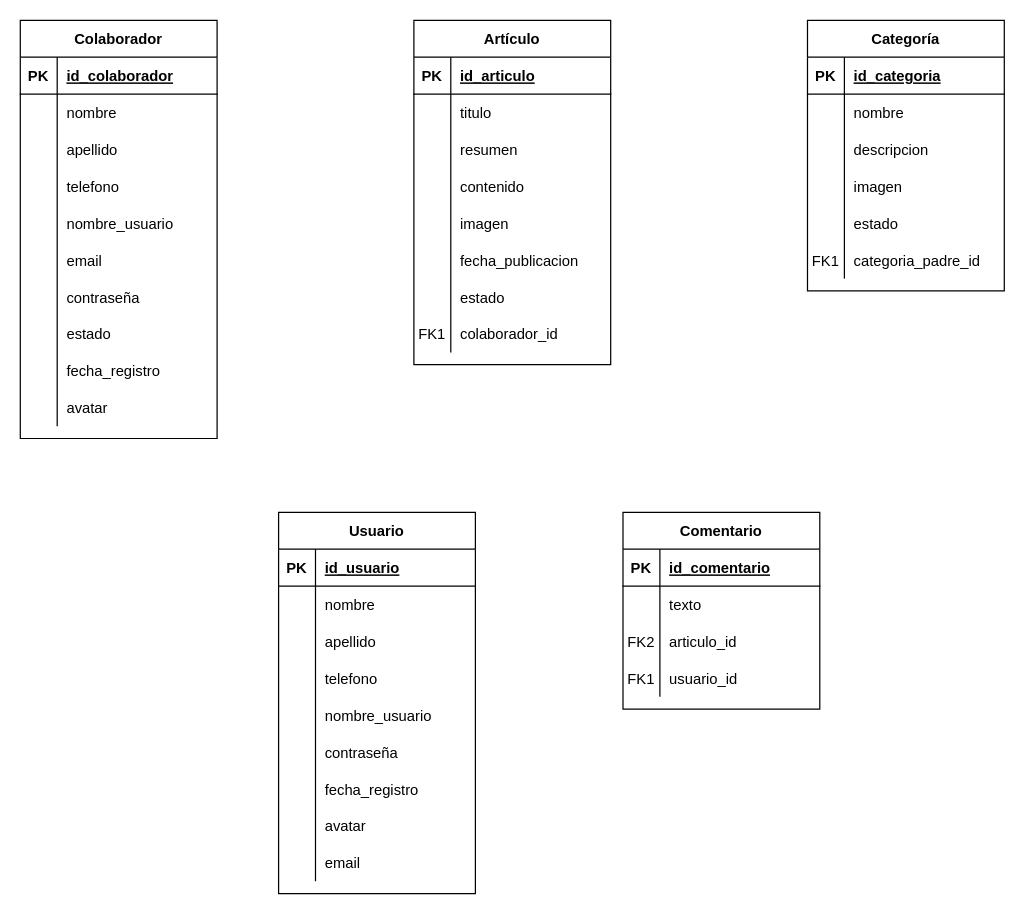
The draw.io diagram page "Page-1" (1 of 2) of Semana5/Desafio5.drawio in PatriNet77/2023-info-com-8, before the edit. Source tidied: cells renumbered, new cells numbered last; positions are measured from the earlier drawing's top-left corner, leaving out a move shared by most shapes. Both pictures are drawn from the tidied source at 123%, with x=0, y=0 at pixel (20, 20).
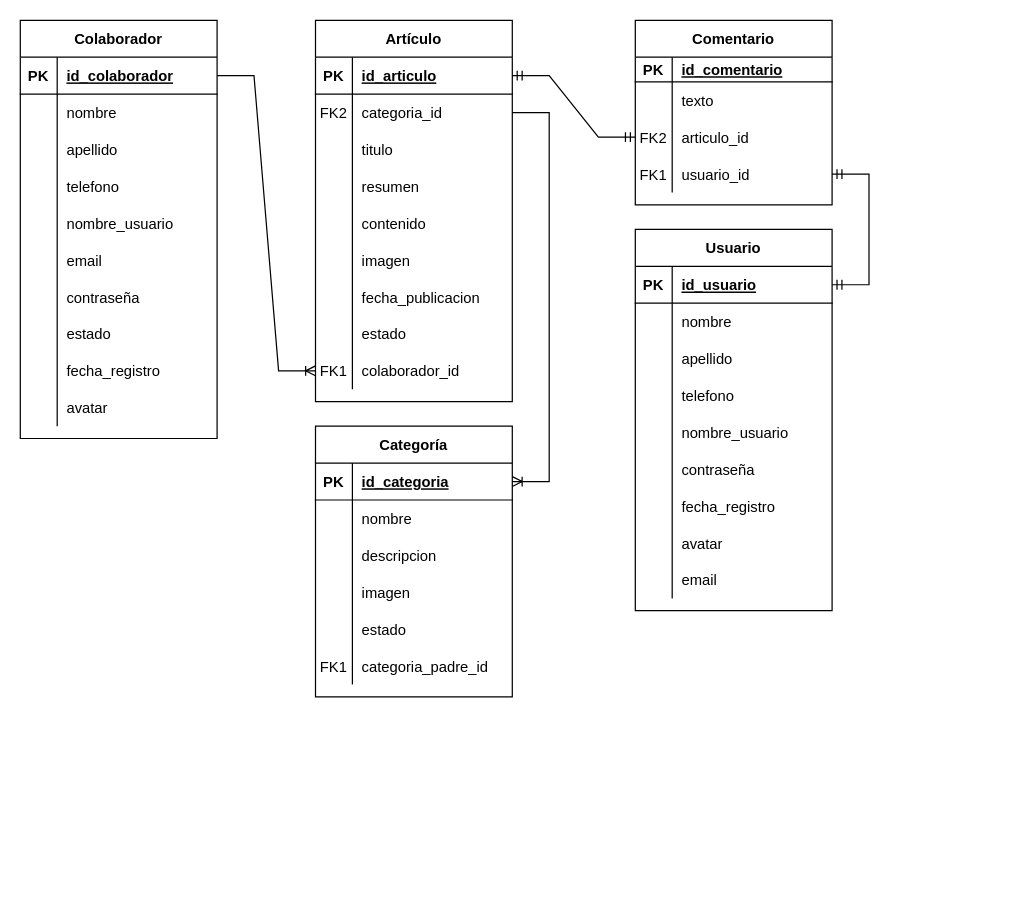
The same diagram, later.

Unchanged cells that the change refers to:
```xml
<mxCell id="3" style="shape=partialRectangle;fillColor=none;points=[[0,0.5],[1,0.5]];portConstraint=eastwest;top=0;left=0;right=0;bottom=1;" parent="2" vertex="1">
  <mxGeometry y="30" width="160" height="30" as="geometry" />
</mxCell>
<mxCell id="6" style="shape=partialRectangle;fillColor=none;points=[[0,0.5],[1,0.5]];portConstraint=eastwest;top=0;left=0;right=0;bottom=0;" parent="2" vertex="1">
  <mxGeometry y="60" width="160" height="30" as="geometry" />
</mxCell>
<mxCell id="28" style="shape=partialRectangle;fillColor=none;points=[[0,0.5],[1,0.5]];portConstraint=eastwest;top=0;left=0;right=0;bottom=1;" parent="27" vertex="1">
  <mxGeometry y="30" width="160" height="30" as="geometry" />
</mxCell>
<mxCell id="47" style="shape=partialRectangle;fillColor=none;points=[[0,0.5],[1,0.5]];portConstraint=eastwest;top=0;left=0;right=0;bottom=1;" parent="46" vertex="1">
  <mxGeometry y="30" width="160" height="30" as="geometry" />
</mxCell>
<mxCell id="78" style="shape=partialRectangle;fillColor=none;points=[[0,0.5],[1,0.5]];portConstraint=eastwest;top=0;left=0;right=0;bottom=1;" parent="77" vertex="1">
  <mxGeometry y="30" width="160" height="30" as="geometry" />
</mxCell>
```

Change to the diagram source:
```diff
@@
     <mxCell id="2" value="Artículo" style="shape=table;startSize=30;childLayout=tableLayout;rowLines=0;fontStyle=1;align=center;" parent="1" vertex="1">
-      <mxGeometry x="320" width="160" height="280" as="geometry" />
+      <mxGeometry x="240" width="160" height="310" as="geometry" />
     </mxCell>
@@
-    <mxCell id="7" style="shape=partialRectangle;overflow=hidden;fillColor=none;top=0;left=0;bottom=0;right=0;" parent="6" vertex="1">
+    <mxCell id="7" value="FK2" style="shape=partialRectangle;overflow=hidden;fillColor=none;top=0;left=0;bottom=0;right=0;" parent="6" vertex="1">
       <mxGeometry width="30" height="30" as="geometry" />
     </mxCell>
-    <mxCell id="8" value="titulo" style="shape=partialRectangle;overflow=hidden;fillColor=none;top=0;left=0;bottom=0;right=0;align=left;spacingLeft=6;" parent="6" vertex="1">
+    <mxCell id="8" value="categoria_id" style="shape=partialRectangle;overflow=hidden;fillColor=none;top=0;left=0;bottom=0;right=0;align=left;spacingLeft=6;" parent="6" vertex="1">
       <mxGeometry x="30" width="130" height="30" as="geometry" />
     </mxCell>
+    <mxCell id="118" style="shape=partialRectangle;fillColor=none;top=0;left=0;right=0;bottom=0;" parent="2" vertex="1">
+      <mxGeometry y="90" width="160" height="30" as="geometry" />
+    </mxCell>
+    <mxCell id="119" style="shape=partialRectangle;overflow=hidden;fillColor=none;top=0;left=0;bottom=0;right=0;" parent="118" vertex="1">
+      <mxGeometry width="30" height="30" as="geometry" />
+    </mxCell>
+    <mxCell id="120" value="titulo" style="shape=partialRectangle;overflow=hidden;fillColor=none;top=0;left=0;bottom=0;right=0;align=left;spacingLeft=6;" parent="118" vertex="1">
+      <mxGeometry x="30" width="130" height="30" as="geometry" />
+    </mxCell>
     <mxCell id="9" style="shape=partialRectangle;fillColor=none;top=0;left=0;right=0;bottom=0;" parent="2" vertex="1">
-      <mxGeometry y="90" width="160" height="30" as="geometry" />
+      <mxGeometry y="120" width="160" height="30" as="geometry" />
     </mxCell>
@@
     <mxCell id="12" style="shape=partialRectangle;fillColor=none;top=0;left=0;right=0;bottom=0;" parent="2" vertex="1">
-      <mxGeometry y="120" width="160" height="30" as="geometry" />
+      <mxGeometry y="150" width="160" height="30" as="geometry" />
     </mxCell>
@@
     <mxCell id="15" style="shape=partialRectangle;fillColor=none;top=0;left=0;right=0;bottom=0;" parent="2" vertex="1">
-      <mxGeometry y="150" width="160" height="30" as="geometry" />
+      <mxGeometry y="180" width="160" height="30" as="geometry" />
     </mxCell>
@@
     <mxCell id="18" style="shape=partialRectangle;fillColor=none;top=0;left=0;right=0;bottom=0;" parent="2" vertex="1">
-      <mxGeometry y="180" width="160" height="30" as="geometry" />
+      <mxGeometry y="210" width="160" height="30" as="geometry" />
     </mxCell>
@@
     <mxCell id="21" style="shape=partialRectangle;fillColor=none;top=0;left=0;right=0;bottom=0;" parent="2" vertex="1">
-      <mxGeometry y="210" width="160" height="30" as="geometry" />
+      <mxGeometry y="240" width="160" height="30" as="geometry" />
     </mxCell>
@@
     <mxCell id="24" style="shape=partialRectangle;fillColor=none;points=[[0,0.5],[1,0.5]];portConstraint=eastwest;top=0;left=0;right=0;bottom=0;" parent="2" vertex="1">
-      <mxGeometry y="240" width="160" height="30" as="geometry" />
+      <mxGeometry y="270" width="160" height="30" as="geometry" />
     </mxCell>
@@
     <mxCell id="27" value="Categoría" style="shape=table;startSize=30;childLayout=tableLayout;rowLines=0;fontStyle=1;align=center;" parent="1" vertex="1">
-      <mxGeometry x="640" width="160" height="220" as="geometry" />
+      <mxGeometry x="240" y="330" width="160" height="220" as="geometry" />
     </mxCell>
@@
     <mxCell id="77" value="Usuario" style="shape=table;startSize=30;childLayout=tableLayout;rowLines=0;fontStyle=1;align=center;" parent="1" vertex="1">
-      <mxGeometry x="210" y="400" width="160" height="310" as="geometry" />
+      <mxGeometry x="500" y="170" width="160" height="310" as="geometry" />
     </mxCell>
@@
     <mxCell id="105" value="Comentario" style="shape=table;startSize=30;childLayout=tableLayout;rowLines=0;fontStyle=1;align=center;" parent="1" vertex="1">
-      <mxGeometry x="490" y="400" width="160" height="160" as="geometry" />
+      <mxGeometry x="500" width="160" height="150" as="geometry" />
     </mxCell>
     <mxCell id="106" style="shape=partialRectangle;fillColor=none;top=0;left=0;right=0;bottom=1;" parent="105" vertex="1">
-      <mxGeometry y="30" width="160" height="30" as="geometry" />
+      <mxGeometry y="30" width="160" height="20" as="geometry" />
     </mxCell>
     <mxCell id="107" value="PK" style="shape=partialRectangle;overflow=hidden;fillColor=none;top=0;left=0;bottom=0;right=0;fontStyle=1;" parent="106" vertex="1">
-      <mxGeometry width="30" height="30" as="geometry" />
+      <mxGeometry width="30" height="20" as="geometry" />
     </mxCell>
     <mxCell id="108" value="id_comentario" style="shape=partialRectangle;overflow=hidden;fillColor=none;top=0;left=0;bottom=0;right=0;align=left;spacingLeft=6;fontStyle=5;" parent="106" vertex="1">
-      <mxGeometry x="30" width="130" height="30" as="geometry" />
+      <mxGeometry x="30" width="130" height="20" as="geometry" />
     </mxCell>
     <mxCell id="109" style="shape=partialRectangle;fillColor=none;top=0;left=0;right=0;bottom=0;" parent="105" vertex="1">
-      <mxGeometry y="60" width="160" height="30" as="geometry" />
+      <mxGeometry y="50" width="160" height="30" as="geometry" />
     </mxCell>
@@
     <mxCell id="112" style="shape=partialRectangle;fillColor=none;points=[[0,0.5],[1,0.5]];portConstraint=eastwest;top=0;left=0;right=0;bottom=0;" parent="105" vertex="1">
-      <mxGeometry y="90" width="160" height="30" as="geometry" />
+      <mxGeometry y="80" width="160" height="30" as="geometry" />
     </mxCell>
@@
     <mxCell id="115" style="shape=partialRectangle;fillColor=none;points=[[0,0.5],[1,0.5]];portConstraint=eastwest;top=0;left=0;right=0;bottom=0;" parent="105" vertex="1">
-      <mxGeometry y="120" width="160" height="30" as="geometry" />
+      <mxGeometry y="110" width="160" height="30" as="geometry" />
     </mxCell>
@@
+    <mxCell id="121" style="edgeStyle=entityRelationEdgeStyle;fontSize=12;html=1;endArrow=ERoneToMany;rounded=0;exitX=1;exitY=0.5;exitDx=0;exitDy=0;entryX=0;entryY=0.5;entryDx=0;entryDy=0;" parent="1" edge="1" source="47" target="24">
+      <mxGeometry relative="1" as="geometry" />
+    </mxCell>
+    <mxCell id="122" style="edgeStyle=entityRelationEdgeStyle;fontSize=12;html=1;endArrow=ERmandOne;startArrow=ERmandOne;rounded=0;exitX=1;exitY=0.5;exitDx=0;exitDy=0;entryX=0;entryY=0.5;entryDx=0;entryDy=0;" parent="1" edge="1" source="3" target="112">
+      <mxGeometry relative="1" as="geometry" />
+    </mxCell>
+    <mxCell id="123" style="edgeStyle=entityRelationEdgeStyle;fontSize=12;html=1;endArrow=ERmandOne;startArrow=ERmandOne;rounded=0;exitX=1;exitY=0.5;exitDx=0;exitDy=0;" parent="1" edge="1" source="78" target="115">
+      <mxGeometry relative="1" as="geometry" />
+    </mxCell>
+    <mxCell id="124" style="edgeStyle=entityRelationEdgeStyle;fontSize=12;html=1;endArrow=ERoneToMany;rounded=0;exitX=1;exitY=0.5;exitDx=0;exitDy=0;entryX=1;entryY=0.5;entryDx=0;entryDy=0;" parent="1" edge="1" source="6" target="28">
+      <mxGeometry relative="1" as="geometry" />
+    </mxCell>
```
